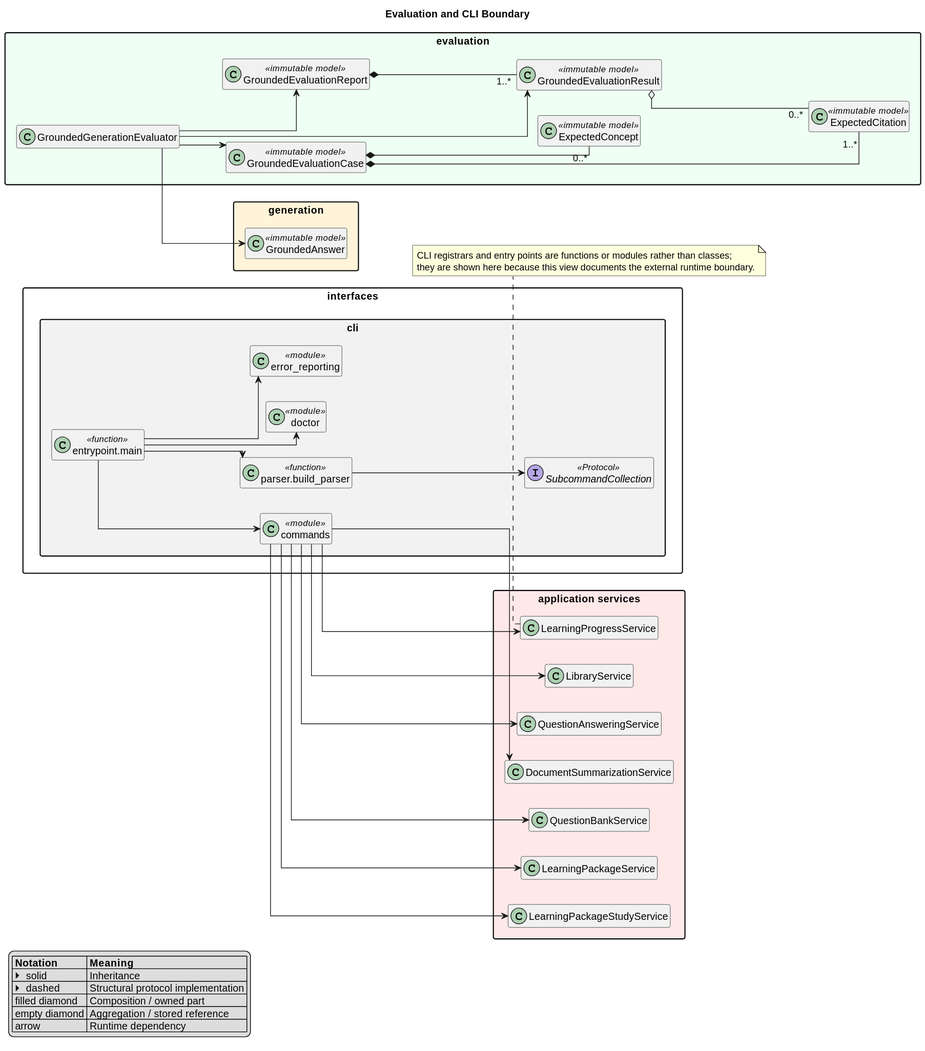
Earlier version of the PlantUML export docs/diagrams/evaluation-interfaces.svg (ebe542/rag-learning-assistant).
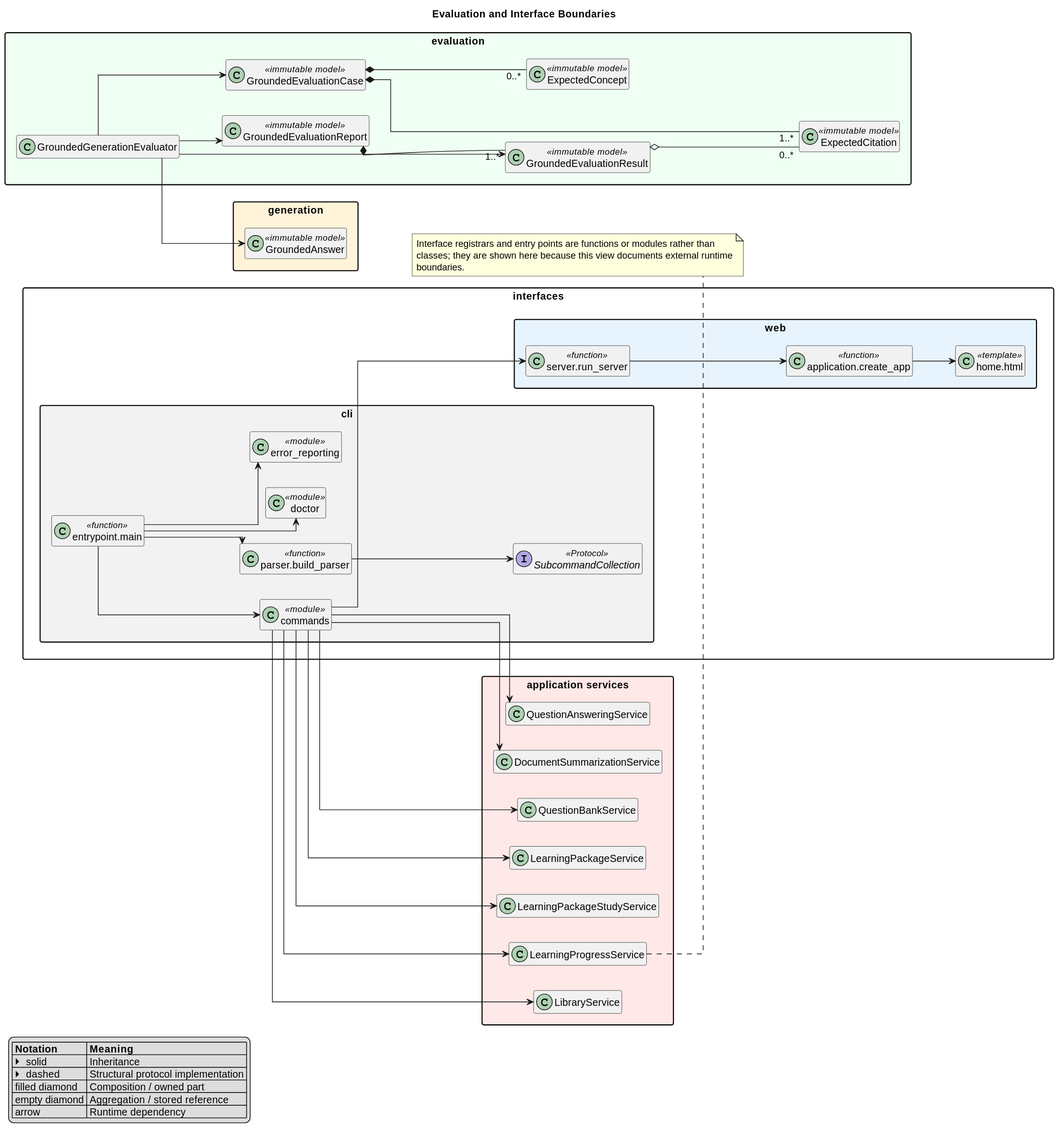
Later version of the same file.

What changed in the source:
```diff
@@ -1,5 +1,5 @@
 @startuml
-title Evaluation and CLI Boundary
+title Evaluation and Interface Boundaries
 !include _theme.puml
 left to right direction
 
@@ -21,6 +21,11 @@
   class "commands" as CliCommands <<module>>
   class "doctor" as Doctor <<module>>
   class "error_reporting" as ErrorReporting <<module>>
+}
+package "interfaces.web" #E8F4FD {
+  class "application.create_app" as WebApplication <<function>>
+  class "server.run_server" as WebServer <<function>>
+  class "home.html" as HomeTemplate <<template>>
 }
 package "application services" #FFE8E8 {
   class LibraryService
@@ -52,9 +57,13 @@
 CliCommands --> LearningProgressService
 CliEntrypoint --> Doctor
 CliEntrypoint --> ErrorReporting
+CliCommands --> WebServer
+WebServer --> WebApplication
+WebApplication --> HomeTemplate
 
 note bottom
-  CLI registrars and entry points are functions or modules rather than classes;
-  they are shown here because this view documents the external runtime boundary.
+  Interface registrars and entry points are functions or modules rather than
+  classes; they are shown here because this view documents external runtime
+  boundaries.
 end note
 @enduml
```
